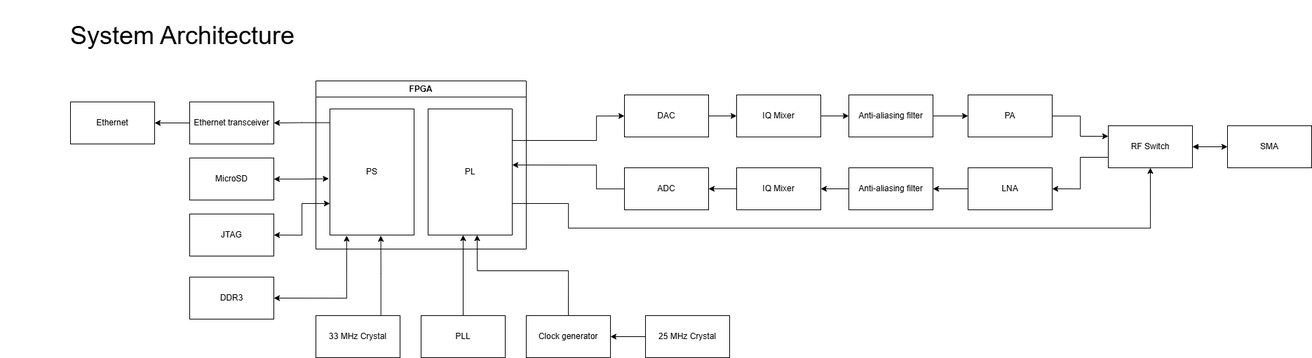
jeffrey-3/jeffrey-3.github.io keeps this draw.io diagram as images/radar-architecture.png. Above is the earlier version. Source tidied: cells renumbered, new cells last; positions are measured from the earlier drawing's top-left corner, leaving out a move shared by most shapes.
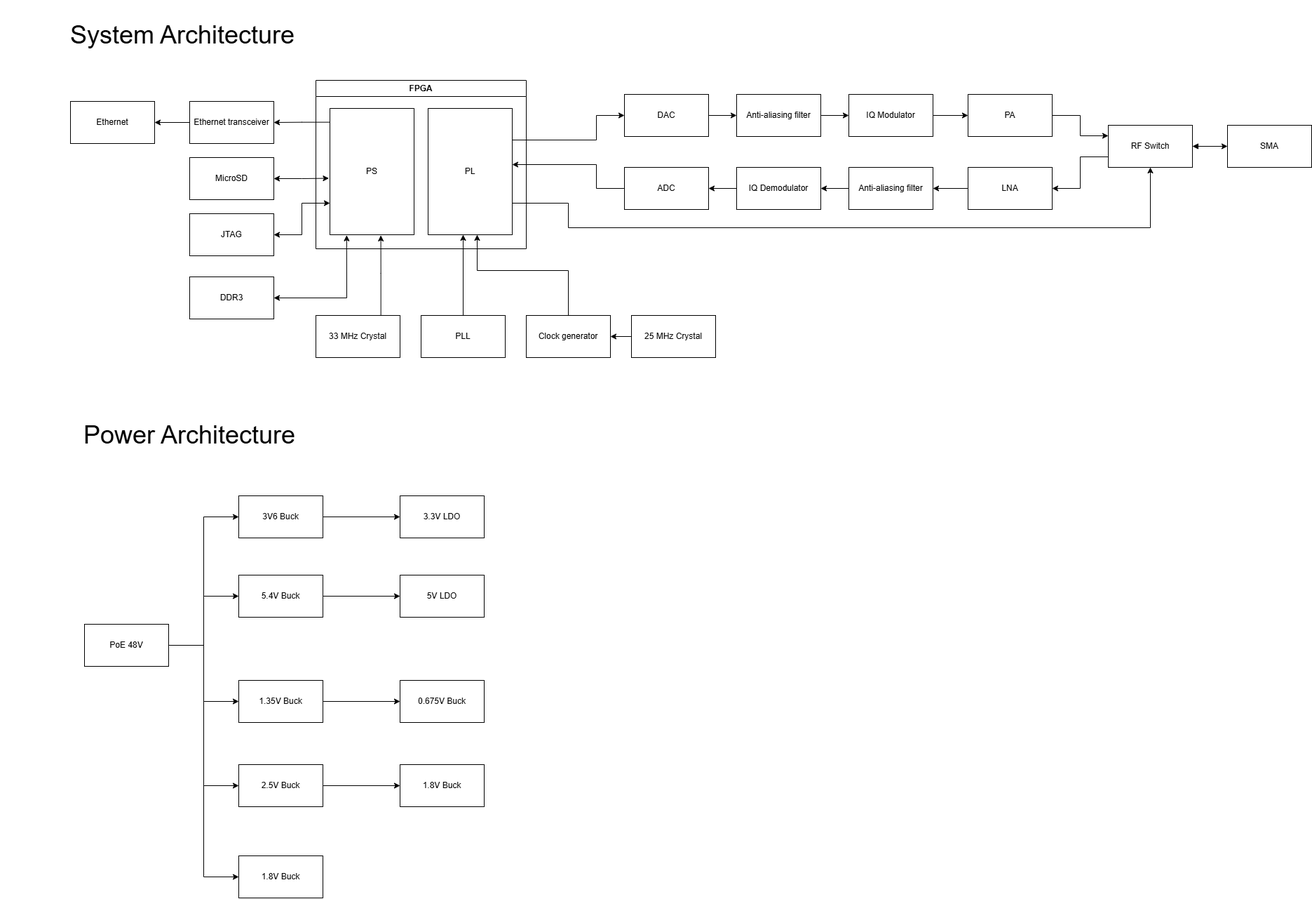
After the commit.

What changed in the source:
```diff
@@ -34,9 +34,9 @@
     <mxCell id="8" value="LNA" style="rounded=0;whiteSpace=wrap;html=1;" parent="1" vertex="1">
       <mxGeometry x="1380" y="239" width="120" height="60" as="geometry" />
     </mxCell>
-    <mxCell id="9" style="edgeStyle=orthogonalEdgeStyle;rounded=0;jettySize=auto;html=1;entryX=0;entryY=0.5;entryDx=0;entryDy=0;" parent="1" edge="1" source="10" target="43">
-      <mxGeometry relative="1" as="geometry" />
-    </mxCell>
+    <mxCell id="46" style="edgeStyle=orthogonalEdgeStyle;rounded=0;jettySize=auto;html=1;exitX=1;exitY=0.5;exitDx=0;exitDy=0;entryX=0;entryY=0.5;entryDx=0;entryDy=0;" parent="1" edge="1" source="10" target="41">
+      <mxGeometry relative="1" as="geometry" />
+    </mxCell>
     <mxCell id="10" value="DAC" style="rounded=0;whiteSpace=wrap;html=1;" parent="1" vertex="1">
       <mxGeometry x="890" y="135" width="120" height="60" as="geometry" />
     </mxCell>
@@ -152,25 +152,85 @@
       <mxGeometry relative="1" as="geometry" />
     </mxCell>
     <mxCell id="39" value="25 MHz Crystal" style="rounded=0;whiteSpace=wrap;html=1;" parent="1" vertex="1">
-      <mxGeometry x="920" y="450" width="120" height="60" as="geometry" />
+      <mxGeometry x="900" y="450" width="120" height="60" as="geometry" />
     </mxCell>
-    <mxCell id="40" style="edgeStyle=orthogonalEdgeStyle;rounded=0;jettySize=auto;html=1;" parent="1" edge="1" source="41" target="12">
+    <mxCell id="40" style="edgeStyle=orthogonalEdgeStyle;rounded=0;jettySize=auto;html=1;exitX=1;exitY=0.5;exitDx=0;exitDy=0;" parent="1" edge="1" source="48" target="12">
       <mxGeometry relative="1" as="geometry" />
     </mxCell>
-    <mxCell id="41" value="Anti-aliasing filter" style="rounded=0;whiteSpace=wrap;html=1;" parent="1" vertex="1">
-      <mxGeometry x="1210" y="135" width="120" height="60" as="geometry" />
-    </mxCell>
-    <mxCell id="42" style="edgeStyle=orthogonalEdgeStyle;rounded=0;jettySize=auto;html=1;entryX=0;entryY=0.5;entryDx=0;entryDy=0;" parent="1" edge="1" source="43" target="41">
-      <mxGeometry relative="1" as="geometry" />
-    </mxCell>
-    <mxCell id="43" value="IQ Mixer" style="rounded=0;whiteSpace=wrap;html=1;" parent="1" vertex="1">
-      <mxGeometry x="1050" y="135" width="120" height="60" as="geometry" />
-    </mxCell>
     <mxCell id="44" style="edgeStyle=orthogonalEdgeStyle;rounded=0;jettySize=auto;html=1;entryX=1;entryY=0.5;entryDx=0;entryDy=0;" parent="1" edge="1" source="45" target="13">
       <mxGeometry relative="1" as="geometry" />
     </mxCell>
-    <mxCell id="45" value="IQ Mixer" style="rounded=0;whiteSpace=wrap;html=1;" parent="1" vertex="1">
+    <mxCell id="45" value="IQ Demodulator" style="rounded=0;whiteSpace=wrap;html=1;" parent="1" vertex="1">
       <mxGeometry x="1050" y="239" width="120" height="60" as="geometry" />
     </mxCell>
+    <mxCell id="47" style="edgeStyle=orthogonalEdgeStyle;rounded=0;jettySize=auto;html=1;exitX=1;exitY=0.5;exitDx=0;exitDy=0;entryX=0;entryY=0.5;entryDx=0;entryDy=0;" parent="1" edge="1" source="41" target="48">
+      <mxGeometry relative="1" as="geometry" />
+    </mxCell>
+    <mxCell id="41" value="Anti-aliasing filter" style="rounded=0;whiteSpace=wrap;html=1;" parent="1" vertex="1">
+      <mxGeometry x="1050" y="135" width="120" height="60" as="geometry" />
+    </mxCell>
+    <mxCell id="48" value="IQ Modulator" style="rounded=0;whiteSpace=wrap;html=1;" parent="1" vertex="1">
+      <mxGeometry x="1210" y="135" width="120" height="60" as="geometry" />
+    </mxCell>
+    <mxCell id="49" style="edgeStyle=orthogonalEdgeStyle;rounded=0;jettySize=auto;html=1;entryX=0;entryY=0.5;entryDx=0;entryDy=0;" parent="1" edge="1" source="54" target="56">
+      <mxGeometry relative="1" as="geometry" />
+    </mxCell>
+    <mxCell id="50" style="edgeStyle=orthogonalEdgeStyle;rounded=0;jettySize=auto;html=1;entryX=0;entryY=0.5;entryDx=0;entryDy=0;" parent="1" edge="1" source="54" target="60">
+      <mxGeometry relative="1" as="geometry" />
+    </mxCell>
+    <mxCell id="51" style="edgeStyle=orthogonalEdgeStyle;rounded=0;jettySize=auto;html=1;entryX=0;entryY=0.5;entryDx=0;entryDy=0;" parent="1" edge="1" source="54" target="63">
+      <mxGeometry relative="1" as="geometry" />
+    </mxCell>
+    <mxCell id="52" style="edgeStyle=orthogonalEdgeStyle;rounded=0;jettySize=auto;html=1;entryX=0;entryY=0.5;entryDx=0;entryDy=0;" parent="1" edge="1" source="54" target="66">
+      <mxGeometry relative="1" as="geometry" />
+    </mxCell>
+    <mxCell id="53" style="edgeStyle=orthogonalEdgeStyle;rounded=0;jettySize=auto;html=1;entryX=0;entryY=0.5;entryDx=0;entryDy=0;" parent="1" edge="1" source="54" target="68">
+      <mxGeometry relative="1" as="geometry" />
+    </mxCell>
+    <mxCell id="54" value="PoE 48&lt;span style=&quot;background-color: transparent; color: light-dark(rgb(0, 0, 0), rgb(255, 255, 255));&quot;&gt;V&lt;/span&gt;" style="rounded=0;whiteSpace=wrap;html=1;" parent="1" vertex="1">
+      <mxGeometry x="120" y="890" width="120" height="60" as="geometry" />
+    </mxCell>
+    <mxCell id="55" style="edgeStyle=orthogonalEdgeStyle;rounded=0;jettySize=auto;html=1;entryX=0;entryY=0.5;entryDx=0;entryDy=0;" parent="1" edge="1" source="56" target="57">
+      <mxGeometry relative="1" as="geometry" />
+    </mxCell>
+    <mxCell id="56" value="3V6 Buck" style="rounded=0;whiteSpace=wrap;html=1;" parent="1" vertex="1">
+      <mxGeometry x="340" y="707" width="120" height="60" as="geometry" />
+    </mxCell>
+    <mxCell id="57" value="3.3V LDO" style="rounded=0;whiteSpace=wrap;html=1;" parent="1" vertex="1">
+      <mxGeometry x="570" y="707" width="120" height="60" as="geometry" />
+    </mxCell>
+    <mxCell id="58" value="&lt;font style=&quot;font-size: 36px;&quot;&gt;Power Architecture&lt;/font&gt;" style="text;html=1;whiteSpace=wrap;strokeColor=none;fillColor=none;align=center;verticalAlign=middle;rounded=0;" parent="1" vertex="1">
+      <mxGeometry x="10" y="570" width="520" height="100" as="geometry" />
+    </mxCell>
+    <mxCell id="59" style="edgeStyle=orthogonalEdgeStyle;rounded=0;jettySize=auto;html=1;entryX=0;entryY=0.5;entryDx=0;entryDy=0;" parent="1" edge="1" source="60" target="61">
+      <mxGeometry relative="1" as="geometry" />
+    </mxCell>
+    <mxCell id="60" value="5.4V Buck" style="rounded=0;whiteSpace=wrap;html=1;" parent="1" vertex="1">
+      <mxGeometry x="340" y="820" width="120" height="60" as="geometry" />
+    </mxCell>
+    <mxCell id="61" value="5V LDO" style="rounded=0;whiteSpace=wrap;html=1;" parent="1" vertex="1">
+      <mxGeometry x="570" y="820" width="120" height="60" as="geometry" />
+    </mxCell>
+    <mxCell id="62" style="edgeStyle=orthogonalEdgeStyle;rounded=0;jettySize=auto;html=1;entryX=0;entryY=0.5;entryDx=0;entryDy=0;" parent="1" edge="1" source="63" target="64">
+      <mxGeometry relative="1" as="geometry" />
+    </mxCell>
+    <mxCell id="63" value="1.35V Buck" style="rounded=0;whiteSpace=wrap;html=1;" parent="1" vertex="1">
+      <mxGeometry x="340" y="970" width="120" height="60" as="geometry" />
+    </mxCell>
+    <mxCell id="64" value="0.675V Buck" style="rounded=0;whiteSpace=wrap;html=1;" parent="1" vertex="1">
+      <mxGeometry x="570" y="970" width="120" height="60" as="geometry" />
+    </mxCell>
+    <mxCell id="65" style="edgeStyle=orthogonalEdgeStyle;rounded=0;jettySize=auto;html=1;entryX=0;entryY=0.5;entryDx=0;entryDy=0;" parent="1" edge="1" source="66" target="67">
+      <mxGeometry relative="1" as="geometry" />
+    </mxCell>
+    <mxCell id="66" value="2.5V Buck" style="rounded=0;whiteSpace=wrap;html=1;" parent="1" vertex="1">
+      <mxGeometry x="340" y="1090" width="120" height="60" as="geometry" />
+    </mxCell>
+    <mxCell id="67" value="1.8V Buck" style="rounded=0;whiteSpace=wrap;html=1;" parent="1" vertex="1">
+      <mxGeometry x="570" y="1090" width="120" height="60" as="geometry" />
+    </mxCell>
+    <mxCell id="68" value="1.8V Buck" style="rounded=0;whiteSpace=wrap;html=1;" parent="1" vertex="1">
+      <mxGeometry x="340" y="1220" width="120" height="60" as="geometry" />
+    </mxCell>
   </root>
 </mxGraphModel>
```
